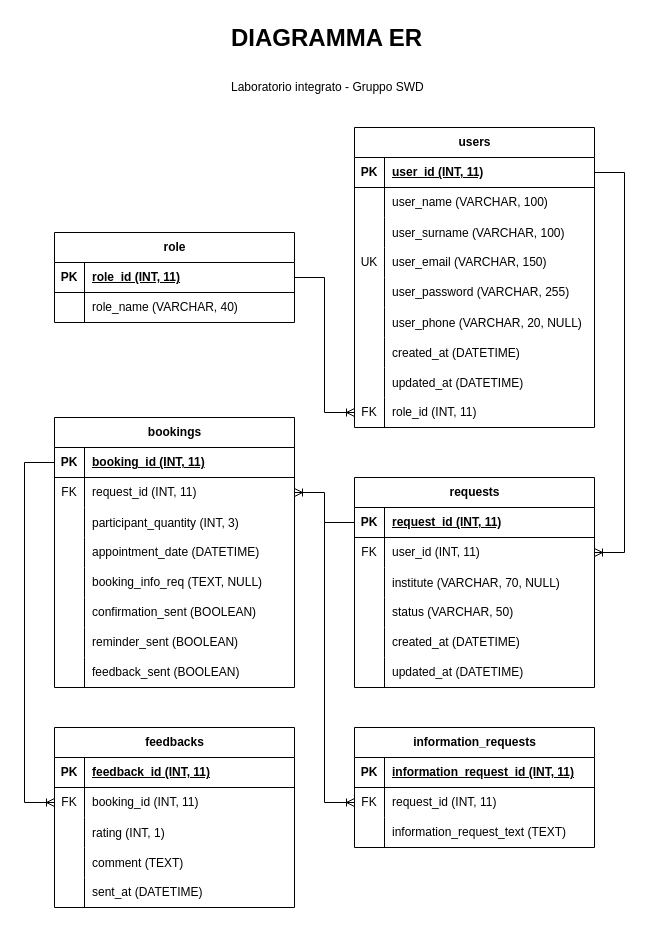
Before: TripleHelix.drawio in castits/TripleHelix, a draw.io diagram. Source tidied: cells renumbered, new cells numbered last; positions are measured from the earlier drawing's top-left corner, leaving out a move shared by most shapes. Both pictures are drawn from the tidied source at 100%, with x=0, y=0 at pixel (24, 17).
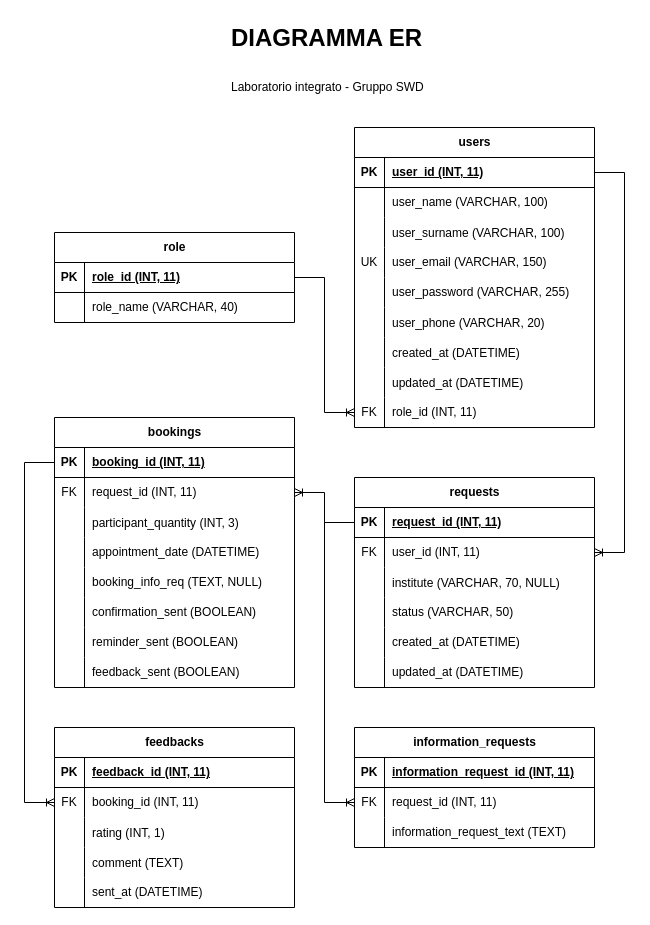
The same diagram, later.

Commit message:
ER Model updated TelephoneNumberNotNull

The change refers to these unchanged cells:
```xml
<mxCell id="18" style="shape=tableRow;horizontal=0;startSize=0;swimlaneHead=0;swimlaneBody=0;fillColor=none;top=0;left=0;right=0;bottom=0;" parent="2" vertex="1">
  <mxGeometry y="180" width="240" height="30" as="geometry" />
</mxCell>
```

Diff of the diagram source:
```diff
@@
-    <mxCell id="20" value="user_phone (VARCHAR, 20, NULL)" style="shape=partialRectangle;fillColor=none;top=0;left=0;bottom=0;right=0;align=left;spacingLeft=6;overflow=hidden;" parent="18" vertex="1">
+    <mxCell id="20" value="user_phone (VARCHAR, 20)" style="shape=partialRectangle;fillColor=none;top=0;left=0;bottom=0;right=0;align=left;spacingLeft=6;overflow=hidden;" parent="18" vertex="1">
       <mxGeometry x="30" width="210" height="30" as="geometry" />
     </mxCell>
```
